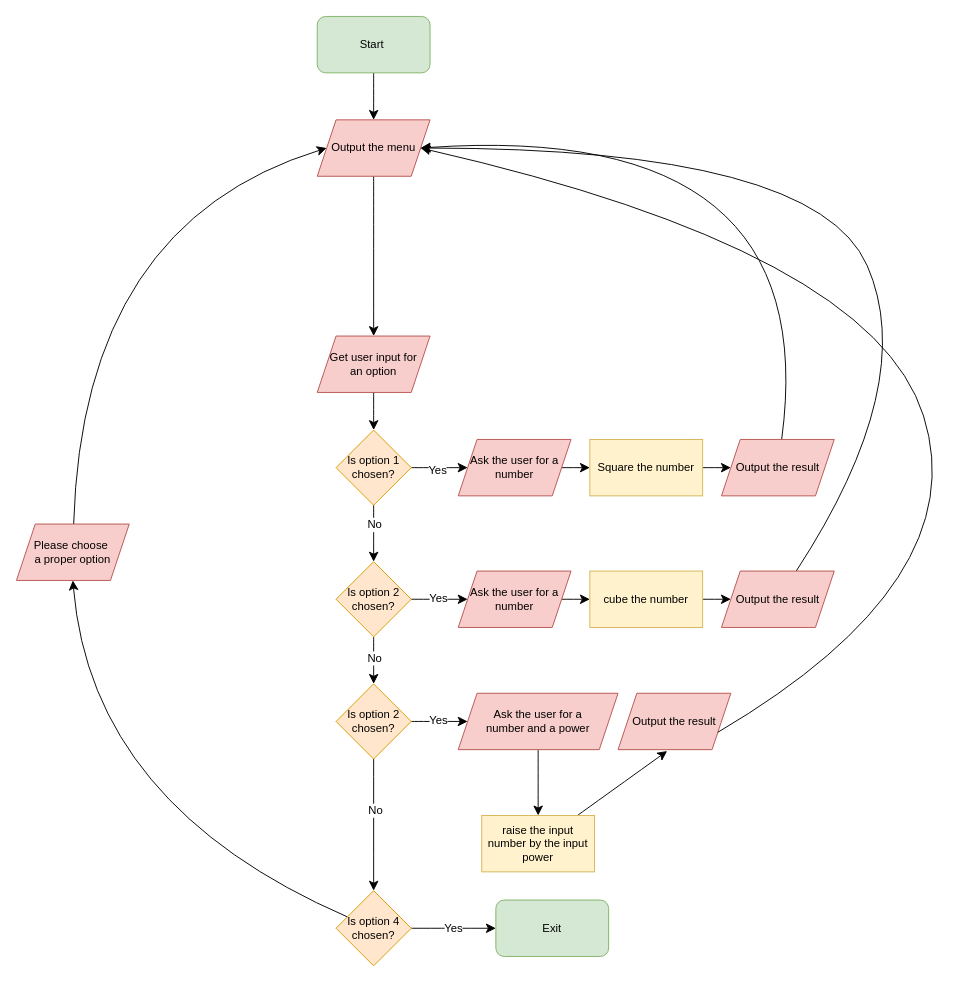
The draw.io diagram diagrams/Cubes and Squares and Powers.drawio in twitocode/Draw.io-Diagrams, before the edit. Source tidied: cells renumbered, new cells numbered last; positions are measured from the earlier drawing's top-left corner, leaving out a move shared by most shapes. Both pictures are drawn from the tidied source at 94%, with x=0, y=0 at pixel (16, 16).
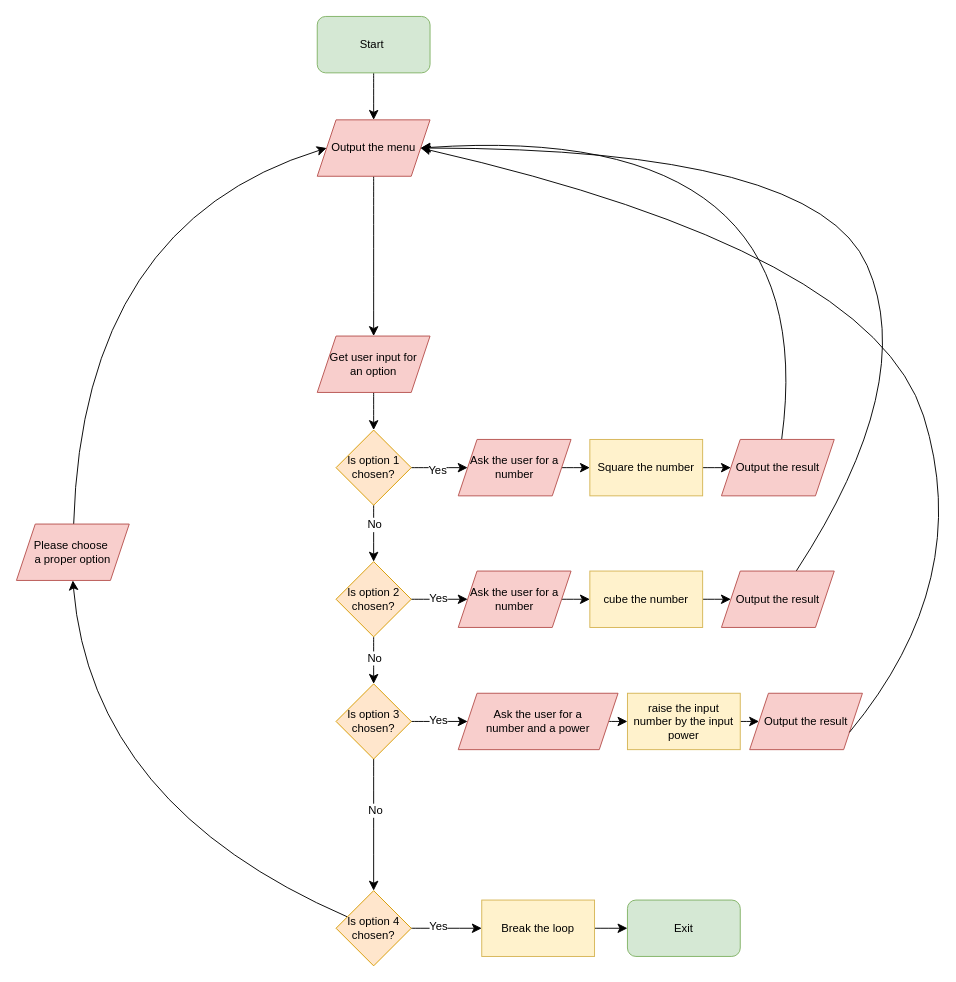
After the change.

The change refers to these unchanged cells:
```xml
<mxCell id="43" value="Is option 4&lt;div&gt;chosen?&lt;/div&gt;" style="rhombus;whiteSpace=wrap;html=1;fillColor=#ffe6cc;strokeColor=#d79b00;" parent="1" vertex="1">
  <mxGeometry x="340" y="930" width="80" height="80" as="geometry" />
</mxCell>
<mxCell id="46" value="Please choose&amp;nbsp;&lt;div&gt;a proper option&lt;/div&gt;" style="shape=parallelogram;perimeter=parallelogramPerimeter;whiteSpace=wrap;html=1;fixedSize=1;fillColor=#f8cecc;strokeColor=#b85450;" parent="1" vertex="1">
  <mxGeometry y="540" width="120" height="60" as="geometry" />
</mxCell>
```

The edit, as a diff of the source:
```diff
@@
-    <mxCell id="34" value="Is option 2&lt;div&gt;chosen?&lt;/div&gt;" style="rhombus;whiteSpace=wrap;html=1;fillColor=#ffe6cc;strokeColor=#d79b00;" parent="1" vertex="1">
+    <mxCell id="34" value="Is option 3&lt;div&gt;chosen?&lt;/div&gt;" style="rhombus;whiteSpace=wrap;html=1;fillColor=#ffe6cc;strokeColor=#d79b00;" parent="1" vertex="1">
       <mxGeometry x="340" y="710" width="80" height="80" as="geometry" />
     </mxCell>
@@
-    <mxCell id="37" style="edgeStyle=none;curved=1;rounded=0;jettySize=auto;html=1;fontSize=12;startSize=8;endSize=8;entryX=0.435;entryY=1.025;entryDx=0;entryDy=0;entryPerimeter=0;" parent="1" edge="1" source="38" target="39">
+    <mxCell id="37" style="edgeStyle=none;curved=1;rounded=0;jettySize=auto;html=1;fontSize=12;startSize=8;endSize=8;entryX=0;entryY=0.5;entryDx=0;entryDy=0;" parent="1" edge="1" source="38" target="39">
       <mxGeometry relative="1" as="geometry" />
     </mxCell>
     <mxCell id="38" value="raise the input number by the input power" style="rounded=0;whiteSpace=wrap;html=1;fillColor=#fff2cc;strokeColor=#d6b656;" parent="1" vertex="1">
-      <mxGeometry x="495" y="850" width="120" height="60" as="geometry" />
+      <mxGeometry x="650" y="720" width="120" height="60" as="geometry" />
     </mxCell>
     <mxCell id="39" value="Output the result" style="shape=parallelogram;perimeter=parallelogramPerimeter;whiteSpace=wrap;html=1;fixedSize=1;rounded=0;fillColor=#f8cecc;strokeColor=#b85450;" parent="1" vertex="1">
-      <mxGeometry x="640" y="720" width="120" height="60" as="geometry" />
+      <mxGeometry x="780" y="720" width="120" height="60" as="geometry" />
     </mxCell>
@@
+    <mxCell id="42" style="edgeStyle=none;curved=1;rounded=0;jettySize=auto;html=1;entryX=0.5;entryY=1;entryDx=0;entryDy=0;fontSize=12;startSize=8;endSize=8;" parent="1" edge="1" source="43" target="46">
+      <mxGeometry relative="1" as="geometry">
+        <Array as="points">
+          <mxPoint x="80" y="840" />
+        </Array>
+      </mxGeometry>
+    </mxCell>
+    <mxCell id="47" style="edgeStyle=none;curved=1;rounded=0;jettySize=auto;html=1;fontSize=12;startSize=8;endSize=8;" parent="1" edge="1" source="43" target="49">
+      <mxGeometry relative="1" as="geometry" />
+    </mxCell>
-    <mxCell id="41" value="Yes" style="edgeStyle=none;curved=1;rounded=0;jettySize=auto;html=1;fontSize=12;startSize=8;endSize=8;" parent="1" edge="1" source="43" target="44">
-      <mxGeometry relative="1" as="geometry" />
+    <mxCell id="41" value="Yes" style="edgeLabel;html=1;align=center;verticalAlign=middle;fontSize=12;" parent="47" vertex="1">
+      <mxGeometry x="-0.26" y="3" relative="1" as="geometry" />
     </mxCell>
-    <mxCell id="42" style="edgeStyle=none;curved=1;rounded=0;jettySize=auto;html=1;entryX=0.5;entryY=1;entryDx=0;entryDy=0;fontSize=12;startSize=8;endSize=8;" parent="1" edge="1" source="43" target="46">
-      <mxGeometry relative="1" as="geometry">
-        <Array as="points">
-          <mxPoint x="80" y="840" />
-        </Array>
-      </mxGeometry>
-    </mxCell>
@@
     <mxCell id="44" value="Exit" style="rounded=1;whiteSpace=wrap;html=1;fillColor=#d5e8d4;strokeColor=#82b366;" parent="1" vertex="1">
-      <mxGeometry x="510" y="940" width="120" height="60" as="geometry" />
+      <mxGeometry x="650" y="940" width="120" height="60" as="geometry" />
     </mxCell>
@@
+    <mxCell id="48" style="edgeStyle=none;curved=1;rounded=0;jettySize=auto;html=1;fontSize=12;startSize=8;endSize=8;" parent="1" edge="1" source="49" target="44">
+      <mxGeometry relative="1" as="geometry" />
+    </mxCell>
+    <mxCell id="49" value="Break the loop" style="rounded=0;whiteSpace=wrap;html=1;fillColor=#fff2cc;strokeColor=#d6b656;" parent="1" vertex="1">
+      <mxGeometry x="495" y="940" width="120" height="60" as="geometry" />
+    </mxCell>
```
